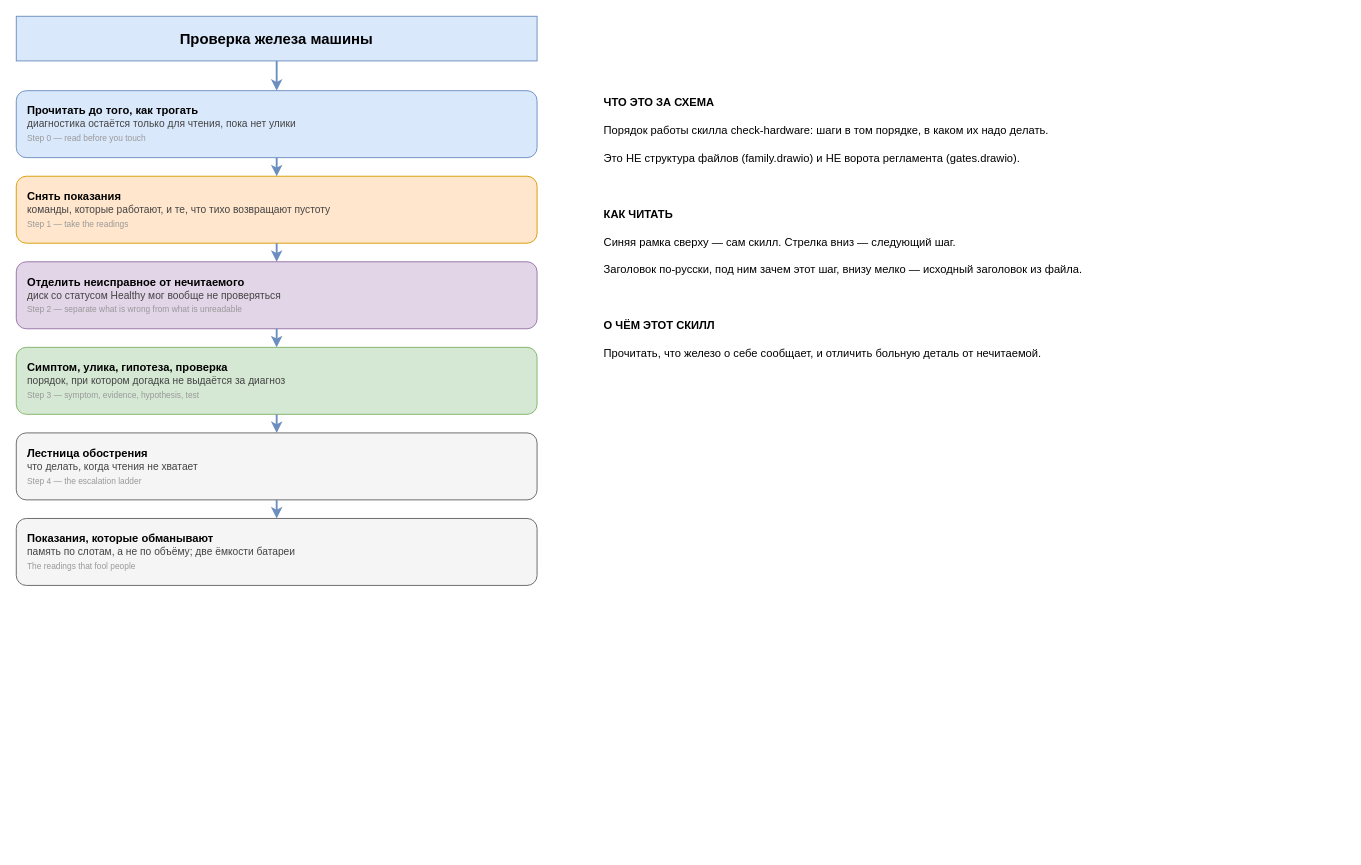
Before: skills/check-hardware/assets/diagram.drawio in ubik-dsh/deepseek-harness-skills, a draw.io diagram. Source tidied: cells renumbered, new cells numbered last; positions are measured from the earlier drawing's top-left corner, leaving out a move shared by most shapes. Both pictures are drawn from the tidied source at 93%, with x=0, y=0 at pixel (16, 16).
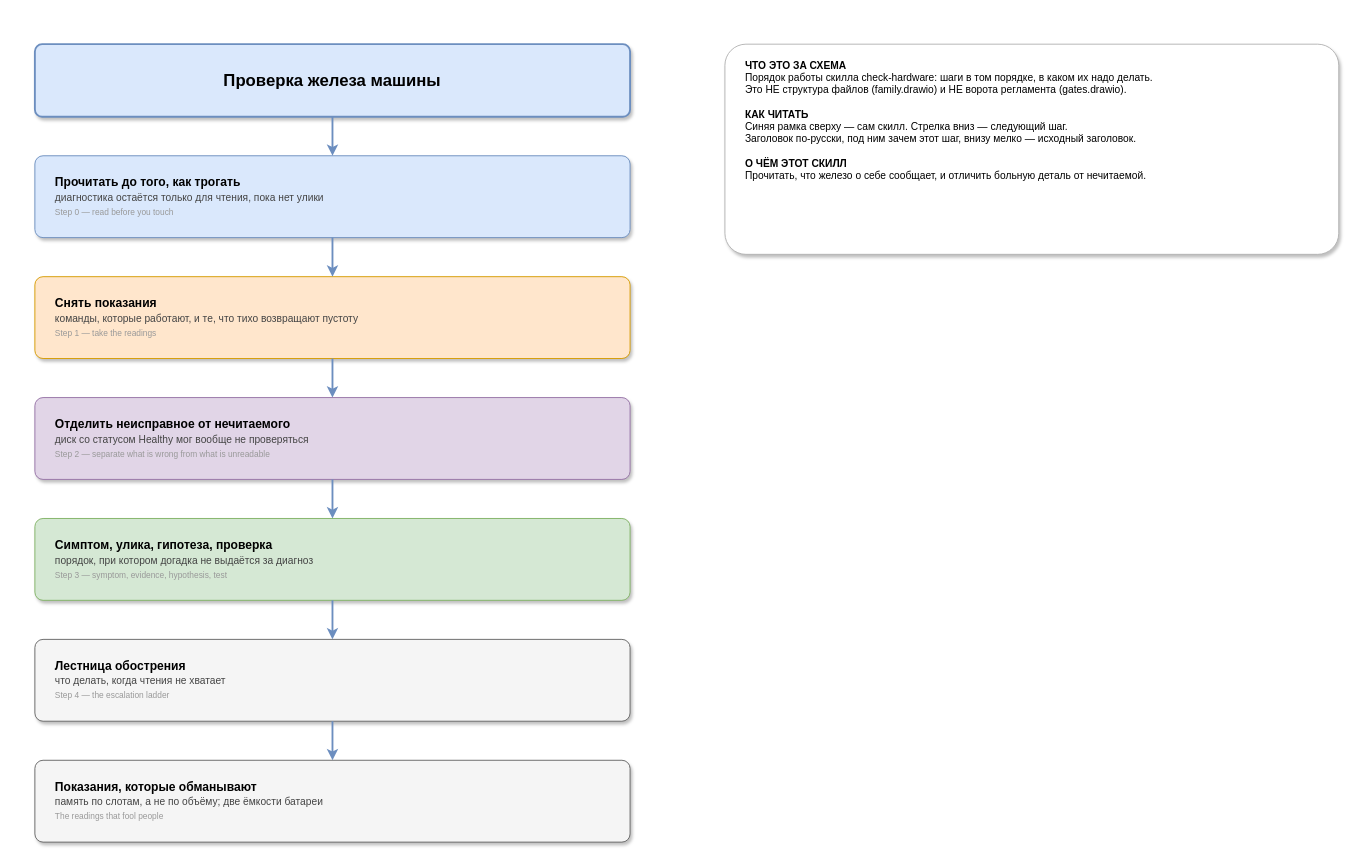
After the change.

The edit, as a diff of the source:
```diff
@@
-    <mxCell id="2" value="Проверка железа машины" style="rounded=0;whiteSpace=wrap;html=1;fillColor=#DAE8FC;strokeColor=#6C8EBF;fontSize=16;fontStyle=1;" parent="1" vertex="1">
-      <mxGeometry width="560" height="48" as="geometry" />
+    <mxCell id="2" value="Проверка железа машины" style="rounded=1;arcSize=10;whiteSpace=wrap;html=1;shadow=1;strokeWidth=2;fillColor=#DAE8FC;strokeColor=#6C8EBF;fontSize=18;fontStyle=1;align=center;verticalAlign=middle;" parent="1" vertex="1">
+      <mxGeometry x="20" y="30" width="640" height="78" as="geometry" />
     </mxCell>
-    <mxCell id="3" value="&lt;b&gt;Прочитать до того, как трогать&lt;/b&gt;&lt;br&gt;&lt;font color=&quot;#444444&quot; style=&quot;font-size:11px&quot;&gt;диагностика остаётся только для чтения, пока нет улики&lt;/font&gt;&lt;br&gt;&lt;font color=&quot;#999999&quot; style=&quot;font-size:9px&quot;&gt;Step 0 — read before you touch&lt;/font&gt;" style="rounded=1;whiteSpace=wrap;html=1;fillColor=#DAE8FC;strokeColor=#6C8EBF;align=left;spacingLeft=10;fontSize=12;" parent="1" vertex="1">
-      <mxGeometry y="80" width="560" height="72" as="geometry" />
+    <mxCell id="3" value="&lt;b&gt;Прочитать до того, как трогать&lt;/b&gt;&lt;br&gt;&lt;font color=&quot;#444444&quot; style=&quot;font-size:11px&quot;&gt;диагностика остаётся только для чтения, пока нет улики&lt;/font&gt;&lt;br&gt;&lt;font color=&quot;#999999&quot; style=&quot;font-size:9px&quot;&gt;Step 0 — read before you touch&lt;/font&gt;" style="rounded=1;arcSize=10;whiteSpace=wrap;html=1;shadow=1;strokeWidth=1;fillColor=#DAE8FC;strokeColor=#6C8EBF;align=left;verticalAlign=middle;spacingLeft=20;spacingTop=10;spacingBottom=10;fontSize=13;" parent="1" vertex="1">
+      <mxGeometry x="20" y="150" width="640" height="88" as="geometry" />
     </mxCell>
-    <mxCell id="4" style="endArrow=classic;html=1;strokeColor=#6C8EBF;strokeWidth=2;rounded=0;edgeStyle=orthogonalEdgeStyle;" parent="1" edge="1" source="2" target="3">
+    <mxCell id="4" style="endArrow=classic;html=1;strokeColor=#6C8EBF;strokeWidth=2;rounded=0;edgeStyle=orthogonalEdgeStyle;exitX=0.5;exitY=1;exitDx=0;exitDy=0;entryX=0.5;entryY=0;entryDx=0;entryDy=0;" parent="1" edge="1" source="2" target="3">
       <mxGeometry relative="1" as="geometry" />
     </mxCell>
-    <mxCell id="5" value="&lt;b&gt;Снять показания&lt;/b&gt;&lt;br&gt;&lt;font color=&quot;#444444&quot; style=&quot;font-size:11px&quot;&gt;команды, которые работают, и те, что тихо возвращают пустоту&lt;/font&gt;&lt;br&gt;&lt;font color=&quot;#999999&quot; style=&quot;font-size:9px&quot;&gt;Step 1 — take the readings&lt;/font&gt;" style="rounded=1;whiteSpace=wrap;html=1;fillColor=#FFE6CC;strokeColor=#D79B00;align=left;spacingLeft=10;fontSize=12;" parent="1" vertex="1">
-      <mxGeometry y="172" width="560" height="72" as="geometry" />
+    <mxCell id="5" value="&lt;b&gt;Снять показания&lt;/b&gt;&lt;br&gt;&lt;font color=&quot;#444444&quot; style=&quot;font-size:11px&quot;&gt;команды, которые работают, и те, что тихо возвращают пустоту&lt;/font&gt;&lt;br&gt;&lt;font color=&quot;#999999&quot; style=&quot;font-size:9px&quot;&gt;Step 1 — take the readings&lt;/font&gt;" style="rounded=1;arcSize=10;whiteSpace=wrap;html=1;shadow=1;strokeWidth=1;fillColor=#FFE6CC;strokeColor=#D79B00;align=left;verticalAlign=middle;spacingLeft=20;spacingTop=10;spacingBottom=10;fontSize=13;" parent="1" vertex="1">
+      <mxGeometry x="20" y="280" width="640" height="88" as="geometry" />
     </mxCell>
-    <mxCell id="6" style="endArrow=classic;html=1;strokeColor=#6C8EBF;strokeWidth=2;rounded=0;edgeStyle=orthogonalEdgeStyle;" parent="1" edge="1" source="3" target="5">
+    <mxCell id="6" style="endArrow=classic;html=1;strokeColor=#6C8EBF;strokeWidth=2;rounded=0;edgeStyle=orthogonalEdgeStyle;exitX=0.5;exitY=1;exitDx=0;exitDy=0;entryX=0.5;entryY=0;entryDx=0;entryDy=0;" parent="1" edge="1" source="3" target="5">
       <mxGeometry relative="1" as="geometry" />
     </mxCell>
-    <mxCell id="7" value="&lt;b&gt;Отделить неисправное от нечитаемого&lt;/b&gt;&lt;br&gt;&lt;font color=&quot;#444444&quot; style=&quot;font-size:11px&quot;&gt;диск со статусом Healthy мог вообще не проверяться&lt;/font&gt;&lt;br&gt;&lt;font color=&quot;#999999&quot; style=&quot;font-size:9px&quot;&gt;Step 2 — separate what is wrong from what is unreadable&lt;/font&gt;" style="rounded=1;whiteSpace=wrap;html=1;fillColor=#E1D5E7;strokeColor=#9673A6;align=left;spacingLeft=10;fontSize=12;" parent="1" vertex="1">
-      <mxGeometry y="264" width="560" height="72" as="geometry" />
+    <mxCell id="7" value="&lt;b&gt;Отделить неисправное от нечитаемого&lt;/b&gt;&lt;br&gt;&lt;font color=&quot;#444444&quot; style=&quot;font-size:11px&quot;&gt;диск со статусом Healthy мог вообще не проверяться&lt;/font&gt;&lt;br&gt;&lt;font color=&quot;#999999&quot; style=&quot;font-size:9px&quot;&gt;Step 2 — separate what is wrong from what is unreadable&lt;/font&gt;" style="rounded=1;arcSize=10;whiteSpace=wrap;html=1;shadow=1;strokeWidth=1;fillColor=#E1D5E7;strokeColor=#9673A6;align=left;verticalAlign=middle;spacingLeft=20;spacingTop=10;spacingBottom=10;fontSize=13;" parent="1" vertex="1">
+      <mxGeometry x="20" y="410" width="640" height="88" as="geometry" />
     </mxCell>
-    <mxCell id="8" style="endArrow=classic;html=1;strokeColor=#6C8EBF;strokeWidth=2;rounded=0;edgeStyle=orthogonalEdgeStyle;" parent="1" edge="1" source="5" target="7">
+    <mxCell id="8" style="endArrow=classic;html=1;strokeColor=#6C8EBF;strokeWidth=2;rounded=0;edgeStyle=orthogonalEdgeStyle;exitX=0.5;exitY=1;exitDx=0;exitDy=0;entryX=0.5;entryY=0;entryDx=0;entryDy=0;" parent="1" edge="1" source="5" target="7">
       <mxGeometry relative="1" as="geometry" />
     </mxCell>
-    <mxCell id="9" value="&lt;b&gt;Симптом, улика, гипотеза, проверка&lt;/b&gt;&lt;br&gt;&lt;font color=&quot;#444444&quot; style=&quot;font-size:11px&quot;&gt;порядок, при котором догадка не выдаётся за диагноз&lt;/font&gt;&lt;br&gt;&lt;font color=&quot;#999999&quot; style=&quot;font-size:9px&quot;&gt;Step 3 — symptom, evidence, hypothesis, test&lt;/font&gt;" style="rounded=1;whiteSpace=wrap;html=1;fillColor=#D5E8D4;strokeColor=#82B366;align=left;spacingLeft=10;fontSize=12;" parent="1" vertex="1">
-      <mxGeometry y="356" width="560" height="72" as="geometry" />
+    <mxCell id="9" value="&lt;b&gt;Симптом, улика, гипотеза, проверка&lt;/b&gt;&lt;br&gt;&lt;font color=&quot;#444444&quot; style=&quot;font-size:11px&quot;&gt;порядок, при котором догадка не выдаётся за диагноз&lt;/font&gt;&lt;br&gt;&lt;font color=&quot;#999999&quot; style=&quot;font-size:9px&quot;&gt;Step 3 — symptom, evidence, hypothesis, test&lt;/font&gt;" style="rounded=1;arcSize=10;whiteSpace=wrap;html=1;shadow=1;strokeWidth=1;fillColor=#D5E8D4;strokeColor=#82B366;align=left;verticalAlign=middle;spacingLeft=20;spacingTop=10;spacingBottom=10;fontSize=13;" parent="1" vertex="1">
+      <mxGeometry x="20" y="540" width="640" height="88" as="geometry" />
     </mxCell>
-    <mxCell id="10" style="endArrow=classic;html=1;strokeColor=#6C8EBF;strokeWidth=2;rounded=0;edgeStyle=orthogonalEdgeStyle;" parent="1" edge="1" source="7" target="9">
+    <mxCell id="10" style="endArrow=classic;html=1;strokeColor=#6C8EBF;strokeWidth=2;rounded=0;edgeStyle=orthogonalEdgeStyle;exitX=0.5;exitY=1;exitDx=0;exitDy=0;entryX=0.5;entryY=0;entryDx=0;entryDy=0;" parent="1" edge="1" source="7" target="9">
       <mxGeometry relative="1" as="geometry" />
     </mxCell>
-    <mxCell id="11" value="&lt;b&gt;Лестница обострения&lt;/b&gt;&lt;br&gt;&lt;font color=&quot;#444444&quot; style=&quot;font-size:11px&quot;&gt;что делать, когда чтения не хватает&lt;/font&gt;&lt;br&gt;&lt;font color=&quot;#999999&quot; style=&quot;font-size:9px&quot;&gt;Step 4 — the escalation ladder&lt;/font&gt;" style="rounded=1;whiteSpace=wrap;html=1;fillColor=#F5F5F5;strokeColor=#666666;align=left;spacingLeft=10;fontSize=12;" parent="1" vertex="1">
-      <mxGeometry y="448" width="560" height="72" as="geometry" />
+    <mxCell id="11" value="&lt;b&gt;Лестница обострения&lt;/b&gt;&lt;br&gt;&lt;font color=&quot;#444444&quot; style=&quot;font-size:11px&quot;&gt;что делать, когда чтения не хватает&lt;/font&gt;&lt;br&gt;&lt;font color=&quot;#999999&quot; style=&quot;font-size:9px&quot;&gt;Step 4 — the escalation ladder&lt;/font&gt;" style="rounded=1;arcSize=10;whiteSpace=wrap;html=1;shadow=1;strokeWidth=1;fillColor=#F5F5F5;strokeColor=#666666;align=left;verticalAlign=middle;spacingLeft=20;spacingTop=10;spacingBottom=10;fontSize=13;" parent="1" vertex="1">
+      <mxGeometry x="20" y="670" width="640" height="88" as="geometry" />
     </mxCell>
-    <mxCell id="12" style="endArrow=classic;html=1;strokeColor=#6C8EBF;strokeWidth=2;rounded=0;edgeStyle=orthogonalEdgeStyle;" parent="1" edge="1" source="9" target="11">
+    <mxCell id="12" style="endArrow=classic;html=1;strokeColor=#6C8EBF;strokeWidth=2;rounded=0;edgeStyle=orthogonalEdgeStyle;exitX=0.5;exitY=1;exitDx=0;exitDy=0;entryX=0.5;entryY=0;entryDx=0;entryDy=0;" parent="1" edge="1" source="9" target="11">
       <mxGeometry relative="1" as="geometry" />
     </mxCell>
-    <mxCell id="13" value="&lt;b&gt;Показания, которые обманывают&lt;/b&gt;&lt;br&gt;&lt;font color=&quot;#444444&quot; style=&quot;font-size:11px&quot;&gt;память по слотам, а не по объёму; две ёмкости батареи&lt;/font&gt;&lt;br&gt;&lt;font color=&quot;#999999&quot; style=&quot;font-size:9px&quot;&gt;The readings that fool people&lt;/font&gt;" style="rounded=1;whiteSpace=wrap;html=1;fillColor=#F5F5F5;strokeColor=#666666;align=left;spacingLeft=10;fontSize=12;" parent="1" vertex="1">
-      <mxGeometry y="540" width="560" height="72" as="geometry" />
+    <mxCell id="13" value="&lt;b&gt;Показания, которые обманывают&lt;/b&gt;&lt;br&gt;&lt;font color=&quot;#444444&quot; style=&quot;font-size:11px&quot;&gt;память по слотам, а не по объёму; две ёмкости батареи&lt;/font&gt;&lt;br&gt;&lt;font color=&quot;#999999&quot; style=&quot;font-size:9px&quot;&gt;The readings that fool people&lt;/font&gt;" style="rounded=1;arcSize=10;whiteSpace=wrap;html=1;shadow=1;strokeWidth=1;fillColor=#F5F5F5;strokeColor=#666666;align=left;verticalAlign=middle;spacingLeft=20;spacingTop=10;spacingBottom=10;fontSize=13;" parent="1" vertex="1">
+      <mxGeometry x="20" y="800" width="640" height="88" as="geometry" />
     </mxCell>
-    <mxCell id="14" style="endArrow=classic;html=1;strokeColor=#6C8EBF;strokeWidth=2;rounded=0;edgeStyle=orthogonalEdgeStyle;" parent="1" edge="1" source="11" target="13">
+    <mxCell id="14" style="endArrow=classic;html=1;strokeColor=#6C8EBF;strokeWidth=2;rounded=0;edgeStyle=orthogonalEdgeStyle;exitX=0.5;exitY=1;exitDx=0;exitDy=0;entryX=0.5;entryY=0;entryDx=0;entryDy=0;" parent="1" edge="1" source="11" target="13">
       <mxGeometry relative="1" as="geometry" />
     </mxCell>
-    <mxCell id="15" value="ЧТО ЭТО ЗА СХЕМА" style="text;html=1;align=left;verticalAlign=middle;fontSize=12;fontStyle=1;strokeColor=none;fillColor=none;" parent="1" vertex="1">
-      <mxGeometry x="630" y="80" width="640" height="26" as="geometry" />
-    </mxCell>
-    <mxCell id="16" value="Порядок работы скилла check-hardware: шаги в том порядке, в каком их надо делать." style="text;html=1;align=left;verticalAlign=middle;fontSize=12;fontStyle=0;strokeColor=none;fillColor=none;" parent="1" vertex="1">
-      <mxGeometry x="630" y="110" width="640" height="26" as="geometry" />
-    </mxCell>
-    <mxCell id="17" value="Это НЕ структура файлов (family.drawio) и НЕ ворота регламента (gates.drawio)." style="text;html=1;align=left;verticalAlign=middle;fontSize=12;fontStyle=0;strokeColor=none;fillColor=none;" parent="1" vertex="1">
-      <mxGeometry x="630" y="140" width="640" height="26" as="geometry" />
-    </mxCell>
-    <mxCell id="18" style="text;html=1;align=left;verticalAlign=middle;fontSize=12;fontStyle=0;strokeColor=none;fillColor=none;" parent="1" vertex="1">
-      <mxGeometry x="630" y="170" width="640" height="26" as="geometry" />
-    </mxCell>
-    <mxCell id="19" value="КАК ЧИТАТЬ" style="text;html=1;align=left;verticalAlign=middle;fontSize=12;fontStyle=1;strokeColor=none;fillColor=none;" parent="1" vertex="1">
-      <mxGeometry x="630" y="200" width="640" height="26" as="geometry" />
-    </mxCell>
-    <mxCell id="20" value="Синяя рамка сверху — сам скилл. Стрелка вниз — следующий шаг." style="text;html=1;align=left;verticalAlign=middle;fontSize=12;fontStyle=0;strokeColor=none;fillColor=none;" parent="1" vertex="1">
-      <mxGeometry x="630" y="230" width="640" height="26" as="geometry" />
-    </mxCell>
-    <mxCell id="21" value="Заголовок по-русски, под ним зачем этот шаг, внизу мелко — исходный заголовок из файла." style="text;html=1;align=left;verticalAlign=middle;fontSize=12;fontStyle=0;strokeColor=none;fillColor=none;" parent="1" vertex="1">
-      <mxGeometry x="630" y="260" width="640" height="26" as="geometry" />
-    </mxCell>
-    <mxCell id="22" style="text;html=1;align=left;verticalAlign=middle;fontSize=12;fontStyle=0;strokeColor=none;fillColor=none;" parent="1" vertex="1">
-      <mxGeometry x="630" y="290" width="640" height="26" as="geometry" />
-    </mxCell>
-    <mxCell id="23" value="О ЧЁМ ЭТОТ СКИЛЛ" style="text;html=1;align=left;verticalAlign=middle;fontSize=12;fontStyle=1;strokeColor=none;fillColor=none;" parent="1" vertex="1">
-      <mxGeometry x="630" y="320" width="640" height="26" as="geometry" />
-    </mxCell>
-    <mxCell id="24" value="Прочитать, что железо о себе сообщает, и отличить больную деталь от нечитаемой." style="text;html=1;align=left;verticalAlign=middle;fontSize=12;fontStyle=0;strokeColor=none;fillColor=none;" parent="1" vertex="1">
-      <mxGeometry x="630" y="350" width="640" height="26" as="geometry" />
-    </mxCell>
+    <mxCell id="25" value="&lt;b&gt;ЧТО ЭТО ЗА СХЕМА&lt;/b&gt;&lt;br&gt;Порядок работы скилла check-hardware: шаги в том порядке, в каком их надо делать.&lt;br&gt;Это НЕ структура файлов (family.drawio) и НЕ ворота регламента (gates.drawio).&lt;br&gt;&amp;nbsp;&lt;br&gt;&lt;b&gt;КАК ЧИТАТЬ&lt;/b&gt;&lt;br&gt;Синяя рамка сверху — сам скилл. Стрелка вниз — следующий шаг.&lt;br&gt;Заголовок по-русски, под ним зачем этот шаг, внизу мелко — исходный заголовок.&lt;br&gt;&amp;nbsp;&lt;br&gt;&lt;b&gt;О ЧЁМ ЭТОТ СКИЛЛ&lt;/b&gt;&lt;br&gt;Прочитать, что железо о себе сообщает, и отличить больную деталь от нечитаемой.&lt;br&gt;&amp;nbsp;" style="rounded=1;arcSize=10;whiteSpace=wrap;html=1;shadow=1;strokeWidth=1;fillColor=#FFFFFF;strokeColor=#B3B3B3;align=left;verticalAlign=top;spacingLeft=20;spacingTop=10;fontSize=11;" parent="1" vertex="1">
+      <mxGeometry x="762" y="30" width="660" height="226" as="geometry" />
+    </mxCell>
```
